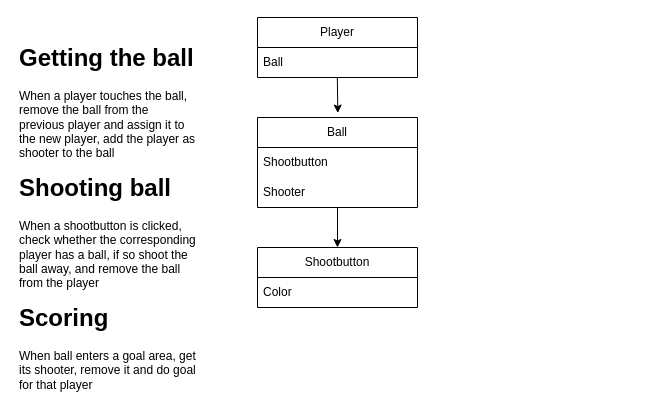
Earlier version of the draw.io diagram app/design/Class Diagram.drawio (Harry-UT/Paaltjesvoetbal). Source tidied: cells renumbered, new cells numbered last; positions are measured from the earlier drawing's top-left corner, leaving out a move shared by most shapes. Both pictures are drawn from the tidied source at 100%, with x=0, y=0 at pixel (17, 17).
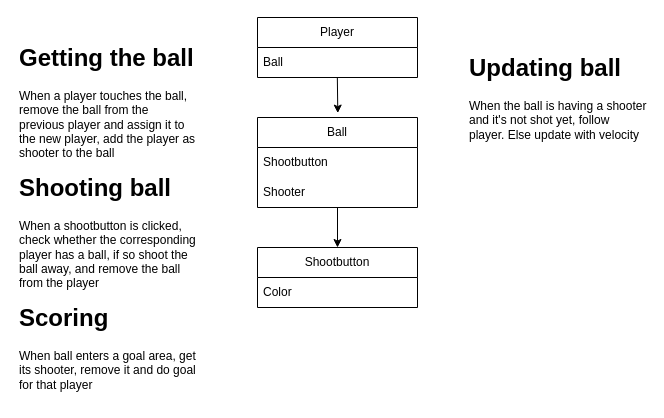
The same page after the edit.

Commit message (it also covers changes not shown here):
Refactor Ball and GameView: enhance ball shooting mechanics, update position handling, and improve player-ball interaction logic

Change to the diagram source:
```diff
@@
 <mxGraphModel>
   <root>
     <mxCell id="0" />
     <mxCell id="1" parent="0" />
     <mxCell id="2" style="edgeStyle=orthogonalEdgeStyle;rounded=0;jettySize=auto;html=1;exitX=0.5;exitY=1;exitDx=0;exitDy=0;entryX=0.5;entryY=0;entryDx=0;entryDy=0;" parent="1" edge="1" source="3" target="8">
       <mxGeometry relative="1" as="geometry" />
     </mxCell>
     <mxCell id="3" value="Ball" style="swimlane;fontStyle=0;horizontal=1;startSize=30;whiteSpace=wrap;html=1;" parent="1" vertex="1">
       <mxGeometry x="240" y="100" width="160" height="90" as="geometry" />
     </mxCell>
     <mxCell id="4" value="Shootbutton" style="text;strokeColor=none;fillColor=none;align=left;verticalAlign=middle;spacingLeft=4;spacingRight=4;overflow=hidden;whiteSpace=wrap;html=1;" parent="3" vertex="1">
       <mxGeometry y="30" width="160" height="30" as="geometry" />
     </mxCell>
     <mxCell id="5" value="Shooter" style="text;strokeColor=none;fillColor=none;align=left;verticalAlign=middle;spacingLeft=4;spacingRight=4;overflow=hidden;whiteSpace=wrap;html=1;" parent="3" vertex="1">
       <mxGeometry y="60" width="160" height="30" as="geometry" />
     </mxCell>
     <mxCell id="6" value="Player" style="swimlane;fontStyle=0;horizontal=1;startSize=30;whiteSpace=wrap;html=1;" parent="1" vertex="1">
       <mxGeometry x="240" width="160" height="60" as="geometry" />
     </mxCell>
     <mxCell id="7" value="Ball" style="text;strokeColor=none;fillColor=none;align=left;verticalAlign=middle;spacingLeft=4;spacingRight=4;overflow=hidden;points=[[0,0.5],[1,0.5]];portConstraint=eastwest;whiteSpace=wrap;html=1;" parent="6" vertex="1">
       <mxGeometry y="30" width="160" height="30" as="geometry" />
     </mxCell>
     <mxCell id="8" value="Shootbutton" style="swimlane;fontStyle=0;horizontal=1;startSize=30;whiteSpace=wrap;html=1;" parent="1" vertex="1">
       <mxGeometry x="240" y="230" width="160" height="60" as="geometry" />
     </mxCell>
     <mxCell id="9" value="Color" style="text;strokeColor=none;fillColor=none;align=left;verticalAlign=middle;spacingLeft=4;spacingRight=4;overflow=hidden;whiteSpace=wrap;html=1;" parent="8" vertex="1">
       <mxGeometry y="30" width="160" height="30" as="geometry" />
     </mxCell>
     <mxCell id="10" style="endArrow=classic;html=1;rounded=0;exitX=0.499;exitY=0.994;exitDx=0;exitDy=0;exitPerimeter=0;entryX=0.502;entryY=-0.049;entryDx=0;entryDy=0;entryPerimeter=0;" parent="1" edge="1" source="7" target="3">
       <mxGeometry relative="1" as="geometry" />
     </mxCell>
     <mxCell id="11" value="&lt;h1 style=&quot;margin-top: 0px;&quot;&gt;Scoring&lt;/h1&gt;&lt;p&gt;When ball enters a goal area, get its shooter, remove it and do goal for that player&lt;/p&gt;" style="text;html=1;whiteSpace=wrap;overflow=hidden;rounded=0;" parent="1" vertex="1">
       <mxGeometry y="280" width="180" height="100" as="geometry" />
     </mxCell>
     <mxCell id="12" value="&lt;h1 style=&quot;margin-top: 0px;&quot;&gt;Getting the ball&lt;/h1&gt;&lt;div&gt;When a player touches the ball, remove the ball from the previous player and assign it to the new player, add the player as shooter to the ball&lt;/div&gt;" style="text;html=1;whiteSpace=wrap;overflow=hidden;rounded=0;" parent="1" vertex="1">
       <mxGeometry y="20" width="180" height="120" as="geometry" />
     </mxCell>
     <mxCell id="13" value="&lt;h1 style=&quot;margin-top: 0px;&quot;&gt;Shooting ball&lt;/h1&gt;&lt;div&gt;When a shootbutton is clicked, check whether the corresponding player has a ball, if so shoot the ball away, and remove the ball from the player&lt;/div&gt;" style="text;html=1;whiteSpace=wrap;overflow=hidden;rounded=0;" parent="1" vertex="1">
       <mxGeometry y="150" width="180" height="130" as="geometry" />
     </mxCell>
+    <mxCell id="14" value="&lt;h1 style=&quot;margin-top: 0px;&quot;&gt;Updating ball&lt;/h1&gt;&lt;div&gt;When the ball is having a shooter and it's not shot yet, follow player. Else update with velocity&lt;/div&gt;" style="text;html=1;whiteSpace=wrap;overflow=hidden;rounded=0;" parent="1" vertex="1">
+      <mxGeometry x="450" y="30" width="180" height="120" as="geometry" />
+    </mxCell>
   </root>
 </mxGraphModel>
```
